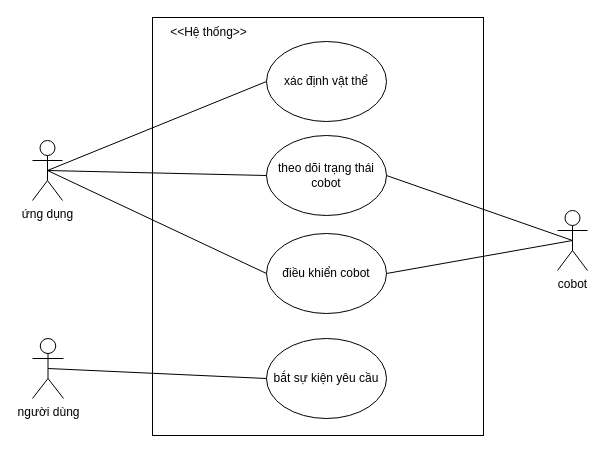
Above: page "Page-1" (1 of 8) of user_diagram.drawio in LTDat-HustK65/GP_main_system (draw.io), before the change. Source tidied: cells renumbered, new cells numbered last; positions are measured from the earlier drawing's top-left corner, leaving out a move shared by most shapes. Both pictures are drawn from the tidied source at 100%, with x=0, y=0 at pixel (32, 17).
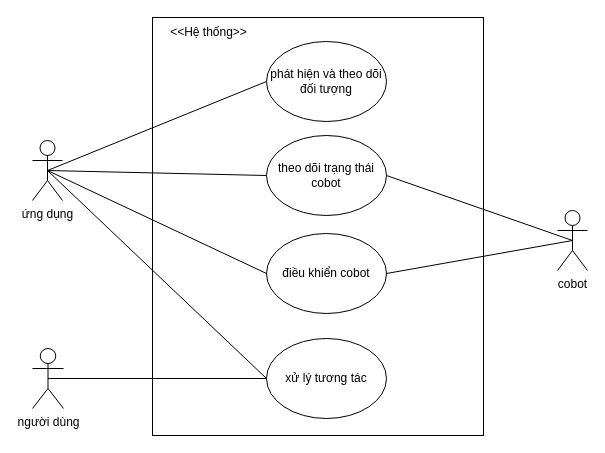
After the change.

What changed in the source:
```diff
@@
 <mxGraphModel>
   <root>
     <mxCell id="0" />
     <mxCell id="1" parent="0" />
     <mxCell id="2" value="người dùng" style="shape=umlActor;verticalLabelPosition=bottom;verticalAlign=top;html=1;outlineConnect=0;" parent="1" vertex="1">
-      <mxGeometry y="321" width="31" height="60" as="geometry" />
+      <mxGeometry y="331" width="31" height="60" as="geometry" />
     </mxCell>
     <mxCell id="3" style="rounded=0;whiteSpace=wrap;html=1;align=center;" parent="1" vertex="1">
       <mxGeometry x="120" width="331" height="418" as="geometry" />
     </mxCell>
     <mxCell id="4" value="&amp;lt;&amp;lt;Hệ thống&amp;gt;&amp;gt;" style="text;html=1;align=center;verticalAlign=middle;whiteSpace=wrap;rounded=0;" parent="1" vertex="1">
       <mxGeometry x="120" width="113" height="30" as="geometry" />
     </mxCell>
     <mxCell id="5" value="ứng dụng" style="shape=umlActor;verticalLabelPosition=bottom;verticalAlign=top;html=1;outlineConnect=0;" parent="1" vertex="1">
       <mxGeometry y="123" width="30" height="60" as="geometry" />
     </mxCell>
     <mxCell id="6" value="điều khiển cobot" style="ellipse;whiteSpace=wrap;html=1;" parent="1" vertex="1">
       <mxGeometry x="234" y="216" width="120" height="80" as="geometry" />
     </mxCell>
     <mxCell id="7" value="cobot" style="shape=umlActor;verticalLabelPosition=bottom;verticalAlign=top;html=1;outlineConnect=0;" parent="1" vertex="1">
       <mxGeometry x="525" y="193" width="30" height="60" as="geometry" />
     </mxCell>
-    <mxCell id="8" value="bắt sự kiện yêu cầu" style="ellipse;whiteSpace=wrap;html=1;" parent="1" vertex="1">
+    <mxCell id="8" value="xử lý tương tác" style="ellipse;whiteSpace=wrap;html=1;" parent="1" vertex="1">
       <mxGeometry x="234" y="321" width="120" height="80" as="geometry" />
     </mxCell>
     <mxCell id="9" style="endArrow=none;html=1;rounded=0;entryX=0;entryY=0.5;entryDx=0;entryDy=0;exitX=0.5;exitY=0.5;exitDx=0;exitDy=0;exitPerimeter=0;" parent="1" edge="1" source="2" target="8">
       <mxGeometry relative="1" as="geometry" />
     </mxCell>
     <mxCell id="10" style="endArrow=none;html=1;rounded=0;entryX=0.5;entryY=0.5;entryDx=0;entryDy=0;entryPerimeter=0;exitX=1;exitY=0.5;exitDx=0;exitDy=0;" parent="1" edge="1" source="6" target="7">
       <mxGeometry relative="1" as="geometry" />
     </mxCell>
     <mxCell id="11" style="endArrow=none;html=1;rounded=0;exitX=0.5;exitY=0.5;exitDx=0;exitDy=0;exitPerimeter=0;entryX=0;entryY=0.5;entryDx=0;entryDy=0;" parent="1" edge="1" source="5" target="6">
       <mxGeometry relative="1" as="geometry" />
     </mxCell>
     <mxCell id="12" value="theo dõi trạng thái cobot" style="ellipse;whiteSpace=wrap;html=1;" parent="1" vertex="1">
       <mxGeometry x="234" y="118" width="120" height="80" as="geometry" />
     </mxCell>
     <mxCell id="13" style="endArrow=none;html=1;rounded=0;exitX=0.5;exitY=0.5;exitDx=0;exitDy=0;exitPerimeter=0;entryX=0;entryY=0.5;entryDx=0;entryDy=0;" parent="1" edge="1" source="5" target="12">
       <mxGeometry relative="1" as="geometry" />
     </mxCell>
     <mxCell id="14" style="endArrow=none;html=1;rounded=0;entryX=1;entryY=0.5;entryDx=0;entryDy=0;exitX=0.5;exitY=0.5;exitDx=0;exitDy=0;exitPerimeter=0;" parent="1" edge="1" source="7" target="12">
       <mxGeometry relative="1" as="geometry" />
     </mxCell>
-    <mxCell id="15" value="xác định vật thể" style="ellipse;whiteSpace=wrap;html=1;" parent="1" vertex="1">
+    <mxCell id="15" value="phát hiện và theo dõi đối tượng" style="ellipse;whiteSpace=wrap;html=1;" parent="1" vertex="1">
       <mxGeometry x="234" y="24" width="120" height="80" as="geometry" />
     </mxCell>
     <mxCell id="16" style="endArrow=none;html=1;rounded=0;exitX=0.5;exitY=0.5;exitDx=0;exitDy=0;exitPerimeter=0;entryX=0;entryY=0.5;entryDx=0;entryDy=0;" parent="1" edge="1" source="5" target="15">
       <mxGeometry relative="1" as="geometry" />
     </mxCell>
+    <mxCell id="17" style="endArrow=none;html=1;rounded=0;exitX=0.5;exitY=0.5;exitDx=0;exitDy=0;exitPerimeter=0;entryX=0;entryY=0.5;entryDx=0;entryDy=0;" parent="1" edge="1" source="5" target="8">
+      <mxGeometry relative="1" as="geometry" />
+    </mxCell>
   </root>
 </mxGraphModel>
```
